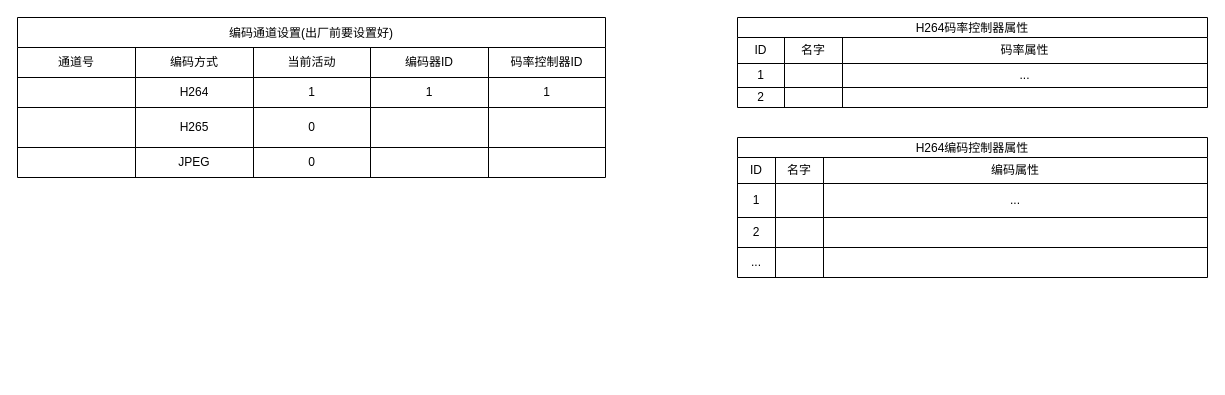
This is mc6630_venc.drawio from chendong-2023/cmd, a draw.io file, before an edit. Source tidied: cells renumbered, new cells numbered last; positions are measured from the earlier drawing's top-left corner, leaving out a move shared by most shapes. Both pictures are drawn from the tidied source at 100%, with x=0, y=0 at pixel (17, 17).
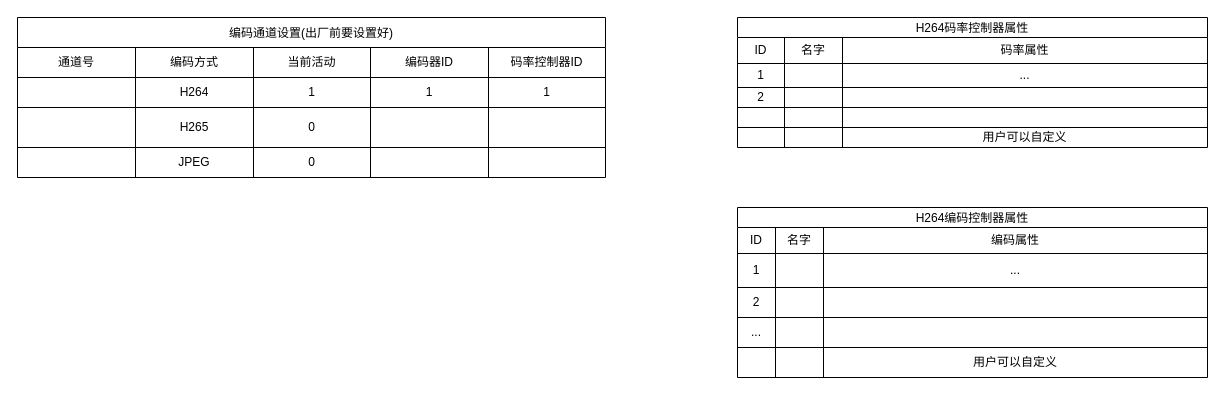
Above is the later version.

Commit message (it also covers changes not shown here):
更新mc6630_venc

The edit, as a diff of the source:
```diff
@@
     <mxCell id="28" value="H264编码控制器属性" style="shape=table;startSize=20;childLayout=tableLayout;" parent="1" vertex="1">
-      <mxGeometry x="720" y="120" width="470" height="140" as="geometry" />
+      <mxGeometry x="720" y="190" width="470" height="170" as="geometry" />
     </mxCell>
@@
+    <mxCell id="58" style="shape=tableRow;horizontal=0;startSize=0;swimlaneHead=0;swimlaneBody=0;strokeColor=inherit;top=0;left=0;bottom=0;right=0;fillColor=none;" parent="28" vertex="1">
+      <mxGeometry y="140" width="470" height="30" as="geometry" />
+    </mxCell>
+    <mxCell id="59" style="shape=partialRectangle;html=1;whiteSpace=wrap;strokeColor=inherit;overflow=hidden;fillColor=none;top=0;left=0;bottom=0;right=0;" parent="58" vertex="1">
+      <mxGeometry width="38" height="30" as="geometry" />
+    </mxCell>
+    <mxCell id="60" style="shape=partialRectangle;html=1;whiteSpace=wrap;strokeColor=inherit;overflow=hidden;fillColor=none;top=0;left=0;bottom=0;right=0;" parent="58" vertex="1">
+      <mxGeometry x="38" width="48" height="30" as="geometry" />
+    </mxCell>
+    <mxCell id="61" value="用户可以自定义" style="shape=partialRectangle;html=1;whiteSpace=wrap;strokeColor=inherit;overflow=hidden;fillColor=none;top=0;left=0;bottom=0;right=0;" parent="58" vertex="1">
+      <mxGeometry x="86" width="384" height="30" as="geometry" />
+    </mxCell>
     <mxCell id="45" value="H264码率控制器属性" style="shape=table;startSize=20;childLayout=tableLayout;" parent="1" vertex="1">
-      <mxGeometry x="720" width="470" height="90" as="geometry" />
+      <mxGeometry x="720" width="470" height="130" as="geometry" />
     </mxCell>
@@
+    <mxCell id="62" style="shape=tableRow;horizontal=0;startSize=0;swimlaneHead=0;swimlaneBody=0;strokeColor=inherit;top=0;left=0;bottom=0;right=0;fillColor=none;" parent="45" vertex="1">
+      <mxGeometry y="90" width="470" height="20" as="geometry" />
+    </mxCell>
+    <mxCell id="63" style="shape=partialRectangle;html=1;whiteSpace=wrap;strokeColor=inherit;overflow=hidden;fillColor=none;top=0;left=0;bottom=0;right=0;" parent="62" vertex="1">
+      <mxGeometry width="47" height="20" as="geometry" />
+    </mxCell>
+    <mxCell id="64" style="shape=partialRectangle;html=1;whiteSpace=wrap;strokeColor=inherit;overflow=hidden;fillColor=none;top=0;left=0;bottom=0;right=0;" parent="62" vertex="1">
+      <mxGeometry x="47" width="58" height="20" as="geometry" />
+    </mxCell>
+    <mxCell id="65" style="shape=partialRectangle;html=1;whiteSpace=wrap;strokeColor=inherit;overflow=hidden;fillColor=none;top=0;left=0;bottom=0;right=0;" parent="62" vertex="1">
+      <mxGeometry x="105" width="365" height="20" as="geometry" />
+    </mxCell>
+    <mxCell id="66" style="shape=tableRow;horizontal=0;startSize=0;swimlaneHead=0;swimlaneBody=0;strokeColor=inherit;top=0;left=0;bottom=0;right=0;fillColor=none;" parent="45" vertex="1">
+      <mxGeometry y="110" width="470" height="20" as="geometry" />
+    </mxCell>
+    <mxCell id="67" style="shape=partialRectangle;html=1;whiteSpace=wrap;strokeColor=inherit;overflow=hidden;fillColor=none;top=0;left=0;bottom=0;right=0;" parent="66" vertex="1">
+      <mxGeometry width="47" height="20" as="geometry" />
+    </mxCell>
+    <mxCell id="68" style="shape=partialRectangle;html=1;whiteSpace=wrap;strokeColor=inherit;overflow=hidden;fillColor=none;top=0;left=0;bottom=0;right=0;" parent="66" vertex="1">
+      <mxGeometry x="47" width="58" height="20" as="geometry" />
+    </mxCell>
+    <mxCell id="69" value="用户可以自定义" style="shape=partialRectangle;html=1;whiteSpace=wrap;strokeColor=inherit;overflow=hidden;fillColor=none;top=0;left=0;bottom=0;right=0;" parent="66" vertex="1">
+      <mxGeometry x="105" width="365" height="20" as="geometry" />
+    </mxCell>
```
